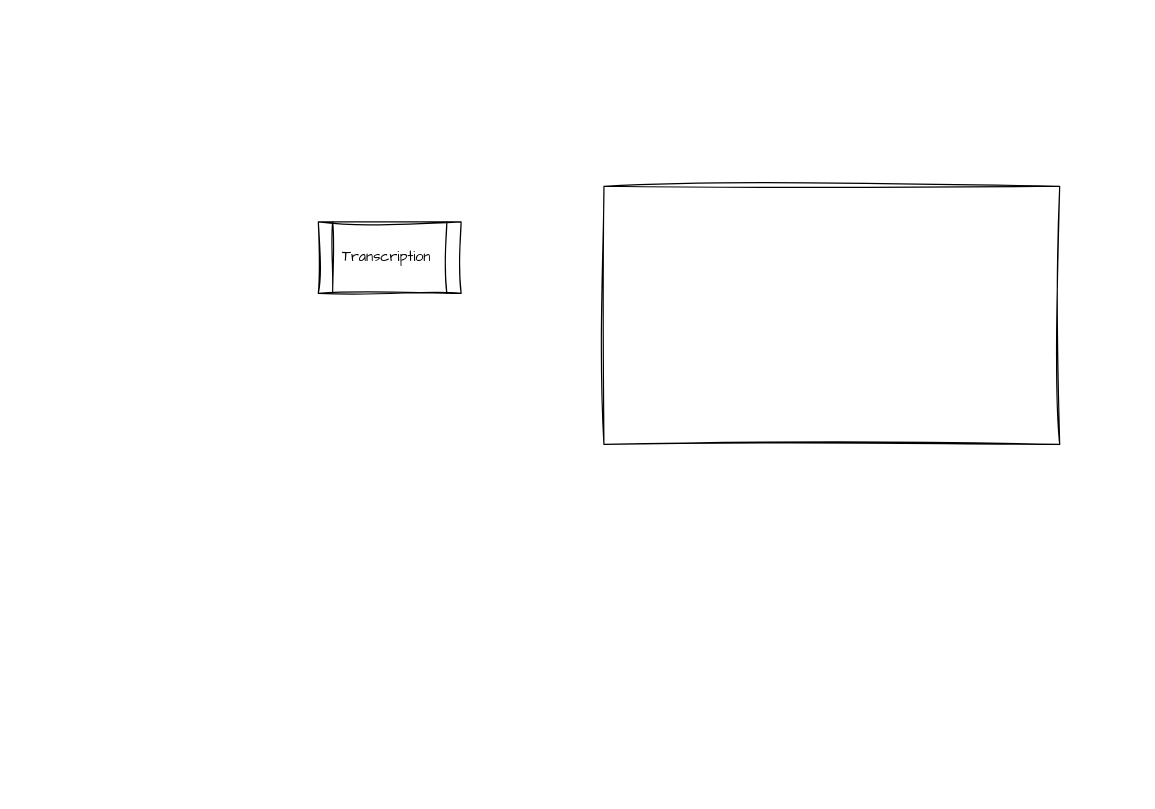
Before: Architecture/vector-rag.drawio in rahulguha/rag_qa, a draw.io diagram. Source tidied: cells renumbered, new cells numbered last; positions are measured from the earlier drawing's top-left corner, leaving out a move shared by most shapes. Both pictures are drawn from the tidied source at 119%, with x=0, y=0 at pixel (318, 186). Pictures stored in the file or linked from it are replaced by grey dashed boxes.
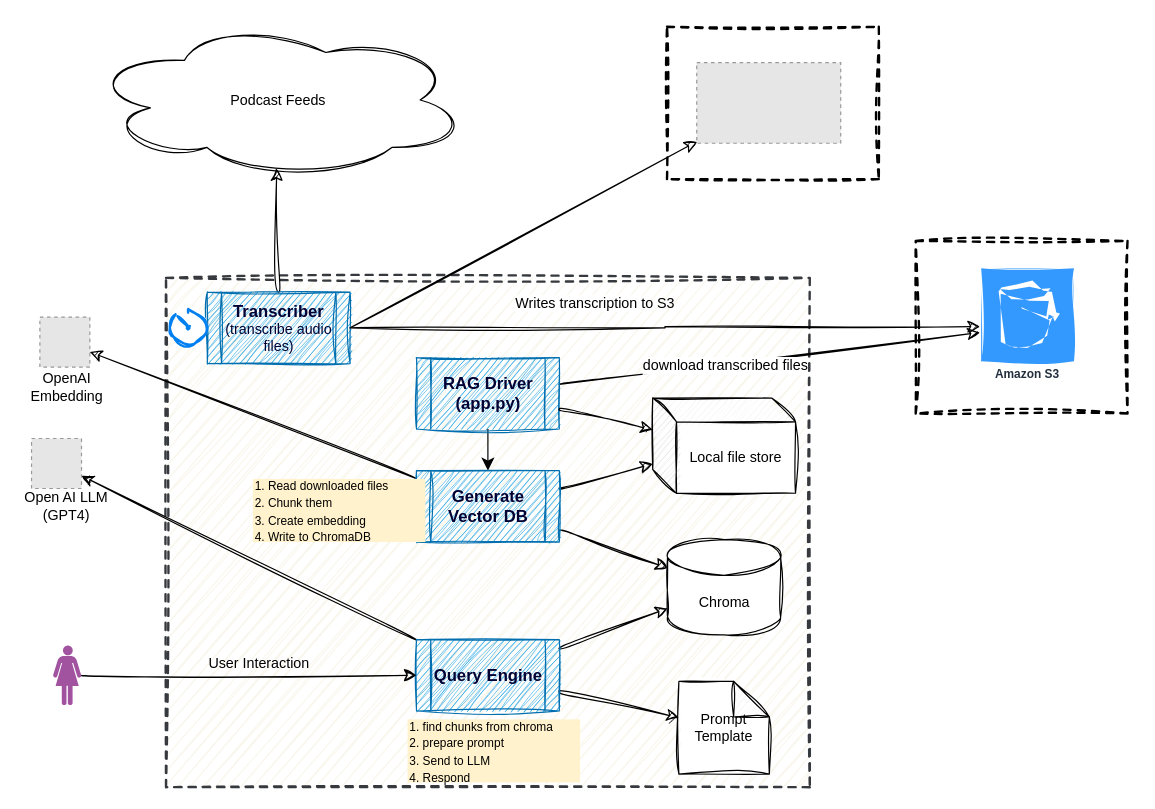
After the change.

Commit message (it also covers changes not shown here):
added architecture diagram

What changed in the source:
```diff
@@
-    <mxCell id="2" style="rounded=0;whiteSpace=wrap;html=1;sketch=1;hachureGap=4;jiggle=2;curveFitting=1;fontFamily=Architects Daughter;fontSize=20;" parent="1" vertex="1">
-      <mxGeometry x="240" width="383" height="217" as="geometry" />
-    </mxCell>
-    <mxCell id="3" value="&lt;font face=&quot;Comic Sans MS&quot;&gt;Transcription&amp;nbsp;&lt;/font&gt;" style="shape=process;whiteSpace=wrap;html=1;backgroundOutline=1;sketch=1;hachureGap=4;jiggle=2;curveFitting=1;fontFamily=Architects Daughter;fontSize=12;" parent="1" vertex="1">
-      <mxGeometry y="30" width="120" height="60" as="geometry" />
-    </mxCell>
+    <mxCell id="4" style="rounded=0;whiteSpace=wrap;html=1;dashed=1;strokeWidth=2;fillColor=#f9f7ed;strokeColor=#36393d;verticalAlign=bottom;fontSize=16;fontStyle=1;sketch=1;curveFitting=1;jiggle=2;" parent="1" vertex="1">
+      <mxGeometry x="-128" y="77" width="541" height="428" as="geometry" />
+    </mxCell>
+    <mxCell id="5" value="Podcast Feeds" style="ellipse;shape=cloud;whiteSpace=wrap;html=1;sketch=1;curveFitting=1;jiggle=2;rounded=0;" parent="1" vertex="1">
+      <mxGeometry x="-191.8" y="-139" width="317" height="133" as="geometry" />
+    </mxCell>
+    <mxCell id="6" style="edgeStyle=none;curved=1;rounded=0;jettySize=auto;html=1;entryX=0.494;entryY=0.932;entryDx=0;entryDy=0;entryPerimeter=0;fontSize=12;startSize=8;endSize=8;sketch=1;curveFitting=1;jiggle=2;" parent="1" edge="1" source="11" target="5">
+      <mxGeometry relative="1" as="geometry" />
+    </mxCell>
+    <mxCell id="7" style="group;sketch=1;curveFitting=1;jiggle=2;rounded=0;" parent="1" vertex="1">
+      <mxGeometry x="293" y="-134" width="178" height="128" as="geometry" />
+    </mxCell>
+    <mxCell id="8" style="rounded=0;whiteSpace=wrap;html=1;dashed=1;strokeWidth=2;sketch=1;curveFitting=1;jiggle=2;" parent="7" vertex="1">
+      <mxGeometry width="178" height="128" as="geometry" />
+    </mxCell>
+    <mxCell id="9" style="fillColor=#E6E6E6;strokeColor=#999999;dashed=1;verticalLabelPosition=bottom;labelBackgroundColor=default;verticalAlign=top;" parent="7" vertex="1">
+      <mxGeometry x="25" y="30.2" width="121" height="67.7" as="geometry" />
+    </mxCell>
+    <mxCell id="10" style="rounded=0;jettySize=auto;html=1;fontSize=12;startSize=8;endSize=8;exitX=1;exitY=0.5;exitDx=0;exitDy=0;sketch=1;curveFitting=1;jiggle=2;" parent="1" edge="1" source="11" target="9">
+      <mxGeometry relative="1" as="geometry" />
+    </mxCell>
+    <mxCell id="11" value="&lt;span style=&quot;font-size: 14px;&quot;&gt;&lt;b&gt;Transcriber&lt;br&gt;&lt;/b&gt;&lt;/span&gt;(transcribe audio files)" style="shape=process;whiteSpace=wrap;html=1;backgroundOutline=1;sketch=1;curveFitting=1;jiggle=2;rounded=0;fillColor=#1ba1e2;fontColor=#000033;strokeColor=#006EAF;" parent="1" vertex="1">
+      <mxGeometry x="-93.3" y="89" width="120" height="60" as="geometry" />
+    </mxCell>
+    <mxCell id="12" style="group;rounded=0;glass=0;shadow=1;sketch=1;curveFitting=1;jiggle=2;" parent="1" vertex="1">
+      <mxGeometry x="502" y="8" width="178" height="183" as="geometry" />
+    </mxCell>
+    <mxCell id="13" style="rounded=0;whiteSpace=wrap;html=1;dashed=1;strokeWidth=2;sketch=1;curveFitting=1;jiggle=2;" parent="12" vertex="1">
+      <mxGeometry y="38" width="178" height="145" as="geometry" />
+    </mxCell>
+    <mxCell id="14" value="Amazon S3" style="sketch=1;outlineConnect=0;fontColor=#232F3E;gradientColor=none;strokeColor=#ffffff;fillColor=#3399FF;dashed=0;verticalLabelPosition=middle;verticalAlign=bottom;align=center;html=1;whiteSpace=wrap;fontSize=10;fontStyle=1;spacing=3;shape=mxgraph.aws4.productIcon;prIcon=mxgraph.aws4.s3;curveFitting=1;jiggle=2;rounded=0;" parent="12" vertex="1">
+      <mxGeometry x="54" y="60" width="80" height="100" as="geometry" />
+    </mxCell>
+    <mxCell id="15" value="&lt;span style=&quot;color: rgb(0, 0, 0); font-family: Helvetica; font-size: 12px; font-style: normal; font-variant-ligatures: normal; font-variant-caps: normal; font-weight: 400; letter-spacing: normal; orphans: 2; text-align: center; text-indent: 0px; text-transform: none; widows: 2; word-spacing: 0px; -webkit-text-stroke-width: 0px; white-space: nowrap; background-color: rgb(255, 255, 255); text-decoration-thickness: initial; text-decoration-style: initial; text-decoration-color: initial; float: none; display: inline !important;&quot;&gt;Writes transcription&amp;nbsp;&lt;/span&gt;&lt;span style=&quot;color: light-dark(rgb(0, 0, 0), rgb(0, 0, 0)); text-align: center; text-wrap: nowrap; background-color: transparent;&quot;&gt;to S3&lt;/span&gt;" style="text;whiteSpace=wrap;html=1;sketch=1;curveFitting=1;jiggle=2;rounded=0;" parent="1" vertex="1">
+      <mxGeometry x="164" y="85" width="201.4" height="23" as="geometry" />
+    </mxCell>
+    <mxCell id="16" style="edgeStyle=orthogonalEdgeStyle;rounded=0;jettySize=auto;html=1;fontSize=12;startSize=8;endSize=8;sketch=1;curveFitting=1;jiggle=2;" parent="1" edge="1" source="11" target="14">
+      <mxGeometry relative="1" as="geometry" />
+    </mxCell>
+    <mxCell id="17" style="html=1;verticalLabelPosition=bottom;align=center;labelBackgroundColor=#ffffff;verticalAlign=top;strokeWidth=2;strokeColor=#0080F0;shadow=0;dashed=0;shape=mxgraph.ios7.icons.gauge;sketch=1;curveFitting=1;jiggle=2;rounded=0;" parent="1" vertex="1">
+      <mxGeometry x="-125.7" y="103.2" width="32.4" height="31.5" as="geometry" />
+    </mxCell>
+    <mxCell id="18" style="edgeStyle=none;curved=1;rounded=0;jettySize=auto;html=1;fontSize=12;startSize=8;endSize=8;sketch=1;curveFitting=1;jiggle=2;" parent="1" edge="1" source="21" target="14">
+      <mxGeometry relative="1" as="geometry" />
+    </mxCell>
+    <mxCell id="19" value="download transcribed files" style="edgeLabel;html=1;align=center;verticalAlign=middle;fontSize=12;" parent="18" vertex="1">
+      <mxGeometry x="-0.21" y="-1" relative="1" as="geometry">
+        <mxPoint x="-1" as="offset" />
+      </mxGeometry>
+    </mxCell>
+    <mxCell id="20" style="edgeStyle=none;curved=1;rounded=0;jettySize=auto;html=1;fontSize=12;startSize=8;endSize=8;" parent="1" edge="1" source="21" target="27">
+      <mxGeometry relative="1" as="geometry" />
+    </mxCell>
+    <mxCell id="21" value="&lt;span style=&quot;font-size: 14px;&quot;&gt;&lt;b&gt;RAG Driver (app.py)&lt;/b&gt;&lt;/span&gt;" style="shape=process;whiteSpace=wrap;html=1;backgroundOutline=1;sketch=1;curveFitting=1;jiggle=2;rounded=0;fillColor=#1ba1e2;fontColor=#000033;strokeColor=#006EAF;" parent="1" vertex="1">
+      <mxGeometry x="82.5" y="144" width="120" height="60" as="geometry" />
+    </mxCell>
+    <mxCell id="22" value="Local file store" style="shape=cube;whiteSpace=wrap;html=1;boundedLbl=1;backgroundOutline=1;darkOpacity=0.05;darkOpacity2=0.1;sketch=1;curveFitting=1;jiggle=2;" parent="1" vertex="1">
+      <mxGeometry x="281" y="178" width="120" height="80" as="geometry" />
+    </mxCell>
+    <mxCell id="23" style="edgeStyle=none;curved=1;rounded=0;jettySize=auto;html=1;fontSize=12;startSize=8;endSize=8;sketch=1;curveFitting=1;jiggle=2;" parent="1" edge="1" source="21" target="22">
+      <mxGeometry relative="1" as="geometry" />
+    </mxCell>
+    <mxCell id="24" style="edgeStyle=none;curved=1;rounded=0;jettySize=auto;html=1;fontSize=12;startSize=8;endSize=8;sketch=1;curveFitting=1;jiggle=2;" parent="1" edge="1" source="27" target="22">
+      <mxGeometry relative="1" as="geometry" />
+    </mxCell>
+    <mxCell id="25" style="edgeStyle=none;curved=1;rounded=0;jettySize=auto;html=1;fontSize=12;startSize=8;endSize=8;sketch=1;curveFitting=1;jiggle=2;" parent="1" edge="1" source="27" target="28">
+      <mxGeometry relative="1" as="geometry" />
+    </mxCell>
+    <mxCell id="26" style="edgeStyle=none;curved=1;rounded=0;jettySize=auto;html=1;fontSize=12;startSize=8;endSize=8;sketch=1;curveFitting=1;jiggle=2;" parent="1" edge="1" source="27" target="40">
+      <mxGeometry relative="1" as="geometry" />
+    </mxCell>
+    <mxCell id="27" value="&lt;span style=&quot;font-size: 14px;&quot;&gt;&lt;b&gt;Generate Vector DB&lt;/b&gt;&lt;/span&gt;" style="shape=process;whiteSpace=wrap;html=1;backgroundOutline=1;sketch=1;curveFitting=1;jiggle=2;rounded=0;fillColor=#1ba1e2;fontColor=#000033;strokeColor=#006EAF;" parent="1" vertex="1">
+      <mxGeometry x="82.5" y="239" width="120" height="60" as="geometry" />
+    </mxCell>
+    <mxCell id="28" value="Chroma" style="shape=cylinder3;whiteSpace=wrap;html=1;boundedLbl=1;backgroundOutline=1;size=15;sketch=1;curveFitting=1;jiggle=2;" parent="1" vertex="1">
+      <mxGeometry x="293.5" y="297" width="95" height="80" as="geometry" />
+    </mxCell>
+    <mxCell id="29" style="edgeStyle=none;curved=1;rounded=0;jettySize=auto;html=1;fontSize=12;startSize=8;endSize=8;sketch=1;curveFitting=1;jiggle=2;" parent="1" edge="1" source="32" target="28">
+      <mxGeometry relative="1" as="geometry" />
+    </mxCell>
+    <mxCell id="30" style="edgeStyle=none;curved=1;rounded=0;jettySize=auto;html=1;fontSize=12;startSize=8;endSize=8;sketch=1;curveFitting=1;jiggle=2;" parent="1" edge="1" source="32" target="33">
+      <mxGeometry relative="1" as="geometry" />
+    </mxCell>
+    <mxCell id="31" style="edgeStyle=none;curved=1;rounded=0;jettySize=auto;html=1;fontSize=12;startSize=8;endSize=8;sketch=1;curveFitting=1;jiggle=2;" parent="1" edge="1" source="32" target="37">
+      <mxGeometry relative="1" as="geometry" />
+    </mxCell>
+    <mxCell id="32" value="&lt;span style=&quot;font-size: 14px;&quot;&gt;&lt;b&gt;Query Engine&lt;/b&gt;&lt;/span&gt;" style="shape=process;whiteSpace=wrap;html=1;backgroundOutline=1;sketch=1;curveFitting=1;jiggle=2;rounded=0;fillColor=#1ba1e2;fontColor=#000033;strokeColor=#006EAF;" parent="1" vertex="1">
+      <mxGeometry x="82.5" y="381" width="120" height="60" as="geometry" />
+    </mxCell>
+    <mxCell id="33" value="Prompt Template" style="shape=note;whiteSpace=wrap;html=1;backgroundOutline=1;darkOpacity=0.05;sketch=1;curveFitting=1;jiggle=2;" parent="1" vertex="1">
+      <mxGeometry x="303" y="416" width="76" height="78" as="geometry" />
+    </mxCell>
+    <mxCell id="34" style="edgeStyle=none;curved=1;rounded=0;jettySize=auto;html=1;entryX=0;entryY=0.5;entryDx=0;entryDy=0;fontSize=12;startSize=8;endSize=8;sketch=1;curveFitting=1;jiggle=2;" parent="1" edge="1" source="35" target="32">
+      <mxGeometry relative="1" as="geometry" />
+    </mxCell>
+    <mxCell id="35" style="verticalLabelPosition=bottom;sketch=0;html=1;fillColor=#A153A0;verticalAlign=top;align=center;shape=mxgraph.cisco_safe.design.actor_1;" parent="1" vertex="1">
+      <mxGeometry x="-222.8" y="386" width="23.5" height="50" as="geometry" />
+    </mxCell>
+    <mxCell id="36" style="group;" parent="1" vertex="1">
+      <mxGeometry x="-250.6" y="212" width="79.2" height="72" as="geometry" />
+    </mxCell>
+    <mxCell id="37" style="fillColor=#E6E6E6;strokeColor=#999999;dashed=1;" parent="36" vertex="1">
+      <mxGeometry x="9.6" width="42" height="42" as="geometry" />
+    </mxCell>
+    <mxCell id="38" value="Open AI LLM (GPT4)" style="text;html=1;align=center;verticalAlign=middle;whiteSpace=wrap;rounded=0;" parent="36" vertex="1">
+      <mxGeometry y="42" width="79.2" height="30" as="geometry" />
+    </mxCell>
+    <mxCell id="39" style="group;" parent="1" vertex="1">
+      <mxGeometry x="-241" y="110" width="60" height="74" as="geometry" />
+    </mxCell>
+    <mxCell id="40" style="fillColor=#E6E6E6;strokeColor=#999999;dashed=1;" parent="39" vertex="1">
+      <mxGeometry x="7" width="42" height="42" as="geometry" />
+    </mxCell>
+    <mxCell id="41" value="OpenAI Embedding" style="text;html=1;align=center;verticalAlign=middle;whiteSpace=wrap;rounded=0;" parent="39" vertex="1">
+      <mxGeometry y="44" width="60" height="30" as="geometry" />
+    </mxCell>
+    <mxCell id="42" value="User Interaction" style="text;html=1;align=center;verticalAlign=middle;whiteSpace=wrap;rounded=0;" parent="1" vertex="1">
+      <mxGeometry x="-96" y="386" width="93" height="30" as="geometry" />
+    </mxCell>
+    <mxCell id="43" value="&lt;font style=&quot;font-size: 10px;&quot;&gt;1. Read downloaded files&amp;nbsp;&lt;/font&gt;&lt;div&gt;&lt;span style=&quot;font-size: 10px;&quot;&gt;2. Chunk them&lt;br&gt;&lt;/span&gt;&lt;div&gt;&lt;font style=&quot;font-size: 10px;&quot;&gt;3. Create embedding&lt;/font&gt;&lt;/div&gt;&lt;div&gt;&lt;font style=&quot;font-size: 10px;&quot;&gt;4. Write to ChromaDB&lt;/font&gt;&lt;/div&gt;&lt;/div&gt;" style="text;html=1;align=left;verticalAlign=middle;whiteSpace=wrap;rounded=0;fillColor=#fff2cc;strokeColor=none;" parent="1" vertex="1">
+      <mxGeometry x="-55" y="246" width="145" height="53" as="geometry" />
+    </mxCell>
+    <mxCell id="44" value="&lt;font style=&quot;font-size: 10px;&quot;&gt;1. find chunks from chroma&lt;/font&gt;&lt;div&gt;&lt;font style=&quot;font-size: 10px;&quot;&gt;2. prepare prompt&lt;/font&gt;&lt;/div&gt;&lt;div&gt;&lt;font style=&quot;font-size: 10px;&quot;&gt;3. Send to LLM&amp;nbsp;&lt;/font&gt;&lt;/div&gt;&lt;div&gt;&lt;font style=&quot;font-size: 10px;&quot;&gt;4. Respond&lt;/font&gt;&lt;/div&gt;" style="text;html=1;align=left;verticalAlign=middle;whiteSpace=wrap;rounded=0;fillColor=#fff2cc;strokeColor=none;" parent="1" vertex="1">
+      <mxGeometry x="75" y="448" width="145" height="53" as="geometry" />
+    </mxCell>
```
